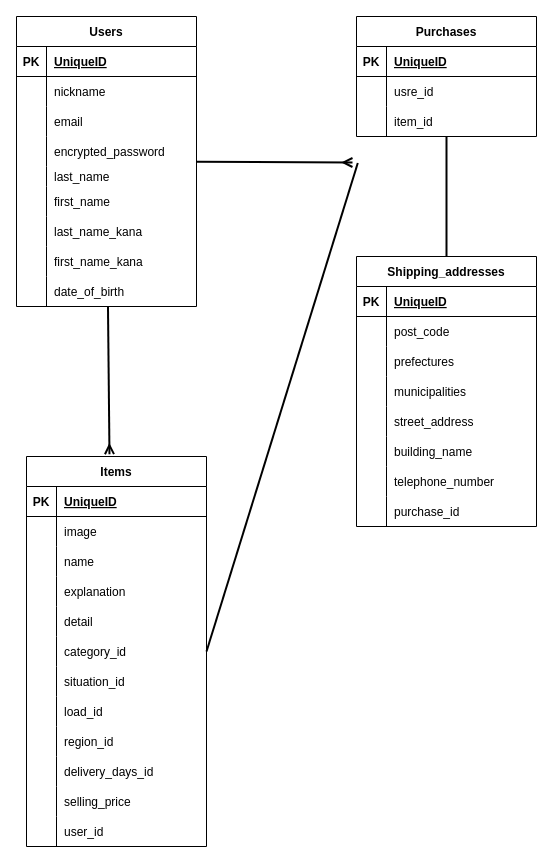
The draw.io diagram furima.dio in tatsuki199/furima-40591, before the edit. Source tidied: cells renumbered, new cells numbered last; positions are measured from the earlier drawing's top-left corner, leaving out a move shared by most shapes. Both pictures are drawn from the tidied source at 100%, with x=0, y=0 at pixel (16, 16).
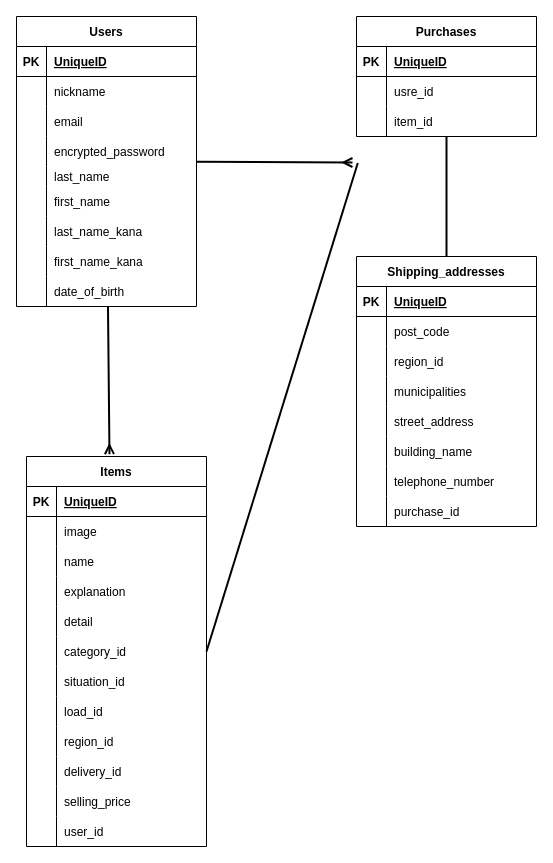
The same diagram, later.

The change refers to these unchanged cells:
```xml
<mxCell id="71" style="shape=tableRow;horizontal=0;startSize=0;swimlaneHead=0;swimlaneBody=0;fillColor=none;top=0;left=0;right=0;bottom=0;" parent="43" vertex="1">
  <mxGeometry y="300" width="180" height="30" as="geometry" />
</mxCell>
<mxCell id="87" style="shape=tableRow;horizontal=0;startSize=0;swimlaneHead=0;swimlaneBody=0;fillColor=none;top=0;left=0;right=0;bottom=0;" parent="80" vertex="1">
  <mxGeometry y="90" width="180" height="30" as="geometry" />
</mxCell>
```

Diff of the diagram source:
```diff
@@
-    <mxCell id="73" value="delivery_days_id" style="shape=partialRectangle;fillColor=none;top=0;left=0;bottom=0;right=0;align=left;spacingLeft=6;overflow=hidden;" parent="71" vertex="1">
+    <mxCell id="73" value="delivery_id" style="shape=partialRectangle;fillColor=none;top=0;left=0;bottom=0;right=0;align=left;spacingLeft=6;overflow=hidden;" parent="71" vertex="1">
       <mxGeometry x="30" width="150" height="30" as="geometry" />
     </mxCell>
@@
-    <mxCell id="89" value="prefectures" style="shape=partialRectangle;fillColor=none;top=0;left=0;bottom=0;right=0;align=left;spacingLeft=6;overflow=hidden;" parent="87" vertex="1">
+    <mxCell id="89" value="region_id" style="shape=partialRectangle;fillColor=none;top=0;left=0;bottom=0;right=0;align=left;spacingLeft=6;overflow=hidden;" parent="87" vertex="1">
       <mxGeometry x="30" width="150" height="30" as="geometry" />
     </mxCell>
```
